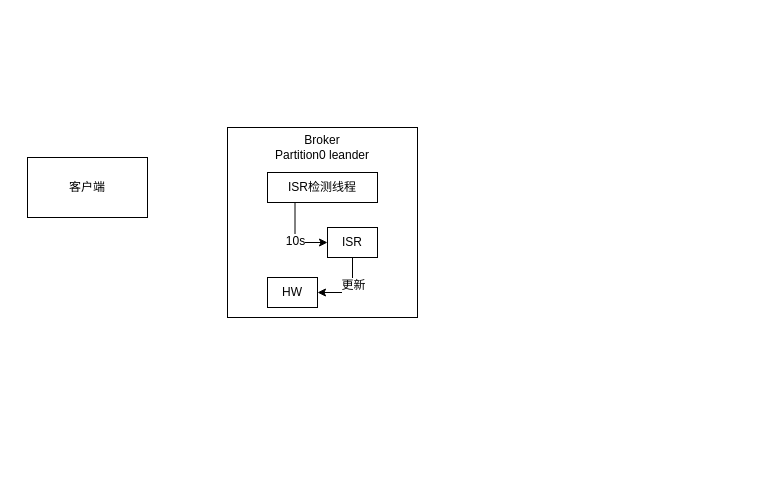
Above: Kafka/04_Kafka Replica副本机制.drawio in chenshuai1995/a-imgs (draw.io), before the change. Source tidied: cells renumbered, new cells numbered last; positions are measured from the earlier drawing's top-left corner, leaving out a move shared by most shapes. Both pictures are drawn from the tidied source at 100%, with x=0, y=0 at pixel (27, 127).
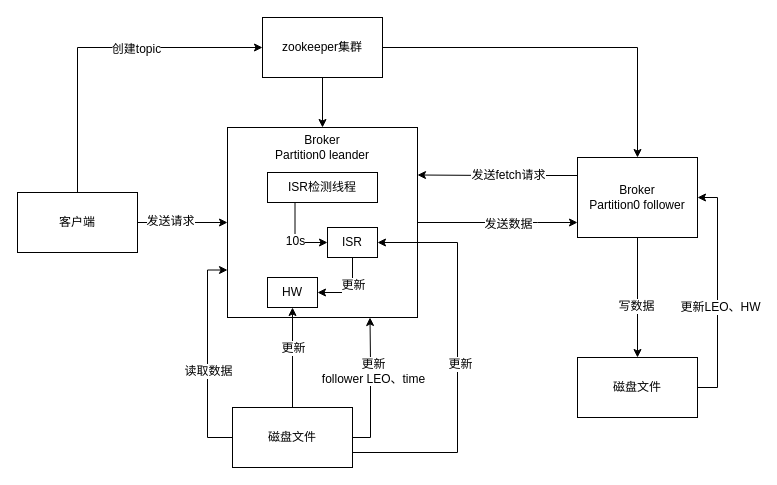
The same page after the edit.

Commit message:
更新04_Kafka Replica副本机制.drawio

Unchanged cells that the change refers to:
```xml
<mxCell id="3" style="rounded=0;whiteSpace=wrap;html=1;" parent="1" vertex="1">
  <mxGeometry x="200" width="190" height="190" as="geometry" />
</mxCell>
<mxCell id="10" value="ISR" style="rounded=0;whiteSpace=wrap;html=1;" parent="1" vertex="1">
  <mxGeometry x="300" y="100" width="50" height="30" as="geometry" />
</mxCell>
<mxCell id="11" value="HW" style="rounded=0;whiteSpace=wrap;html=1;" parent="1" vertex="1">
  <mxGeometry x="240" y="150" width="50" height="30" as="geometry" />
</mxCell>
```

Change to the diagram source:
```diff
@@
+    <mxCell id="12" style="edgeStyle=orthogonalEdgeStyle;rounded=0;jettySize=auto;html=1;entryX=0;entryY=0.5;entryDx=0;entryDy=0;" parent="1" edge="1" source="2" target="3">
+      <mxGeometry relative="1" as="geometry" />
+    </mxCell>
+    <mxCell id="13" value="发送请求" style="text;html=1;align=center;verticalAlign=middle;labelBackgroundColor=#ffffff;" parent="12" vertex="1">
+      <mxGeometry x="-0.28" y="2" relative="1" as="geometry" />
+    </mxCell>
+    <mxCell id="14" style="edgeStyle=orthogonalEdgeStyle;rounded=0;jettySize=auto;html=1;entryX=0;entryY=0.5;entryDx=0;entryDy=0;" parent="1" edge="1" source="2" target="20">
+      <mxGeometry relative="1" as="geometry">
+        <Array as="points">
+          <mxPoint x="50" y="-80" />
+        </Array>
+      </mxGeometry>
+    </mxCell>
+    <mxCell id="15" value="创建topic" style="text;html=1;align=center;verticalAlign=middle;labelBackgroundColor=#ffffff;" parent="14" vertex="1">
+      <mxGeometry x="-0.13" y="-58" relative="1" as="geometry" />
+    </mxCell>
     <mxCell id="2" value="客户端" style="rounded=0;whiteSpace=wrap;html=1;" parent="1" vertex="1">
-      <mxGeometry y="30" width="120" height="60" as="geometry" />
+      <mxGeometry x="-10" y="65" width="120" height="60" as="geometry" />
     </mxCell>
+    <mxCell id="16" style="edgeStyle=orthogonalEdgeStyle;rounded=0;jettySize=auto;html=1;" parent="1" edge="1" source="3" target="34">
+      <mxGeometry relative="1" as="geometry">
+        <Array as="points">
+          <mxPoint x="510" y="95" />
+          <mxPoint x="510" y="95" />
+        </Array>
+      </mxGeometry>
+    </mxCell>
+    <mxCell id="17" value="发送数据" style="text;html=1;align=center;verticalAlign=middle;labelBackgroundColor=#ffffff;" parent="16" vertex="1">
+      <mxGeometry x="0.5" y="-30" relative="1" as="geometry">
+        <mxPoint x="-30" y="-29" as="offset" />
+      </mxGeometry>
+    </mxCell>
@@
+    <mxCell id="18" style="edgeStyle=orthogonalEdgeStyle;rounded=0;jettySize=auto;html=1;entryX=0.5;entryY=0;entryDx=0;entryDy=0;" parent="1" edge="1" source="20" target="3">
+      <mxGeometry relative="1" as="geometry" />
+    </mxCell>
+    <mxCell id="19" style="edgeStyle=orthogonalEdgeStyle;rounded=0;jettySize=auto;html=1;entryX=0.5;entryY=0;entryDx=0;entryDy=0;" parent="1" edge="1" source="20" target="34">
+      <mxGeometry relative="1" as="geometry" />
+    </mxCell>
+    <mxCell id="20" value="zookeeper集群" style="rounded=0;whiteSpace=wrap;html=1;" parent="1" vertex="1">
+      <mxGeometry x="235" y="-110" width="120" height="60" as="geometry" />
+    </mxCell>
+    <mxCell id="21" style="edgeStyle=orthogonalEdgeStyle;rounded=0;jettySize=auto;html=1;entryX=0.5;entryY=1;entryDx=0;entryDy=0;" parent="1" edge="1" source="29" target="11">
+      <mxGeometry relative="1" as="geometry" />
+    </mxCell>
+    <mxCell id="22" value="更新" style="text;html=1;align=center;verticalAlign=middle;labelBackgroundColor=#ffffff;" parent="21" vertex="1">
+      <mxGeometry x="-0.12" y="-2" relative="1" as="geometry">
+        <mxPoint x="-2" y="-15.9" as="offset" />
+      </mxGeometry>
+    </mxCell>
+    <mxCell id="23" style="edgeStyle=orthogonalEdgeStyle;rounded=0;jettySize=auto;html=1;exitX=1;exitY=0.5;exitDx=0;exitDy=0;entryX=0.75;entryY=1;entryDx=0;entryDy=0;" parent="1" edge="1" source="29" target="3">
+      <mxGeometry relative="1" as="geometry">
+        <Array as="points">
+          <mxPoint x="343" y="310" />
+          <mxPoint x="343" y="235" />
+        </Array>
+      </mxGeometry>
+    </mxCell>
+    <mxCell id="24" value="更新&lt;br&gt;follower LEO、time" style="text;html=1;align=center;verticalAlign=middle;labelBackgroundColor=#ffffff;" parent="23" vertex="1">
+      <mxGeometry x="0.23" y="-2" relative="1" as="geometry" />
+    </mxCell>
+    <mxCell id="25" style="edgeStyle=orthogonalEdgeStyle;rounded=0;jettySize=auto;html=1;exitX=1;exitY=0.75;exitDx=0;exitDy=0;entryX=1;entryY=0.5;entryDx=0;entryDy=0;" parent="1" edge="1" source="29" target="10">
+      <mxGeometry relative="1" as="geometry">
+        <Array as="points">
+          <mxPoint x="430" y="325" />
+          <mxPoint x="430" y="115" />
+        </Array>
+      </mxGeometry>
+    </mxCell>
+    <mxCell id="26" value="更新" style="text;html=1;align=center;verticalAlign=middle;labelBackgroundColor=#ffffff;" parent="25" vertex="1">
+      <mxGeometry x="-0.02" y="-2" relative="1" as="geometry" />
+    </mxCell>
+    <mxCell id="27" style="edgeStyle=orthogonalEdgeStyle;rounded=0;jettySize=auto;html=1;entryX=0;entryY=0.75;entryDx=0;entryDy=0;" parent="1" edge="1" source="29" target="3">
+      <mxGeometry relative="1" as="geometry">
+        <Array as="points">
+          <mxPoint x="180" y="310" />
+          <mxPoint x="180" y="142" />
+        </Array>
+      </mxGeometry>
+    </mxCell>
+    <mxCell id="28" value="读取数据" style="text;html=1;align=center;verticalAlign=middle;labelBackgroundColor=#ffffff;" parent="27" vertex="1">
+      <mxGeometry x="-0.13" relative="1" as="geometry" />
+    </mxCell>
+    <mxCell id="29" value="磁盘文件" style="rounded=0;whiteSpace=wrap;html=1;" parent="1" vertex="1">
+      <mxGeometry x="205" y="280" width="120" height="60" as="geometry" />
+    </mxCell>
+    <mxCell id="30" style="edgeStyle=orthogonalEdgeStyle;rounded=0;jettySize=auto;html=1;exitX=0;exitY=0.25;exitDx=0;exitDy=0;entryX=1;entryY=0.25;entryDx=0;entryDy=0;" parent="1" edge="1" source="34" target="3">
+      <mxGeometry relative="1" as="geometry">
+        <Array as="points">
+          <mxPoint x="550" y="48" />
+          <mxPoint x="470" y="48" />
+        </Array>
+      </mxGeometry>
+    </mxCell>
+    <mxCell id="31" value="发送fetch请求" style="text;html=1;align=center;verticalAlign=middle;labelBackgroundColor=#ffffff;" parent="30" vertex="1">
+      <mxGeometry x="0.05" relative="1" as="geometry">
+        <mxPoint x="13.5" as="offset" />
+      </mxGeometry>
+    </mxCell>
+    <mxCell id="32" style="edgeStyle=orthogonalEdgeStyle;rounded=0;jettySize=auto;html=1;" parent="1" edge="1" source="34" target="37">
+      <mxGeometry relative="1" as="geometry" />
+    </mxCell>
+    <mxCell id="33" value="写数据" style="text;html=1;align=center;verticalAlign=middle;labelBackgroundColor=#ffffff;" parent="32" vertex="1">
+      <mxGeometry x="0.13" y="-2" relative="1" as="geometry" />
+    </mxCell>
+    <mxCell id="34" value="Broker&lt;br&gt;Partition0 follower" style="rounded=0;whiteSpace=wrap;html=1;" parent="1" vertex="1">
+      <mxGeometry x="550" y="30" width="120" height="80" as="geometry" />
+    </mxCell>
+    <mxCell id="35" style="edgeStyle=orthogonalEdgeStyle;rounded=0;jettySize=auto;html=1;entryX=1;entryY=0.5;entryDx=0;entryDy=0;" parent="1" edge="1" source="37" target="34">
+      <mxGeometry relative="1" as="geometry">
+        <Array as="points">
+          <mxPoint x="690" y="260" />
+          <mxPoint x="690" y="70" />
+        </Array>
+      </mxGeometry>
+    </mxCell>
+    <mxCell id="36" value="更新LEO、HW" style="text;html=1;align=center;verticalAlign=middle;labelBackgroundColor=#ffffff;" parent="35" vertex="1">
+      <mxGeometry x="-0.12" y="-2" relative="1" as="geometry" />
+    </mxCell>
+    <mxCell id="37" value="磁盘文件" style="rounded=0;whiteSpace=wrap;html=1;" parent="1" vertex="1">
+      <mxGeometry x="550" y="230" width="120" height="60" as="geometry" />
+    </mxCell>
```
